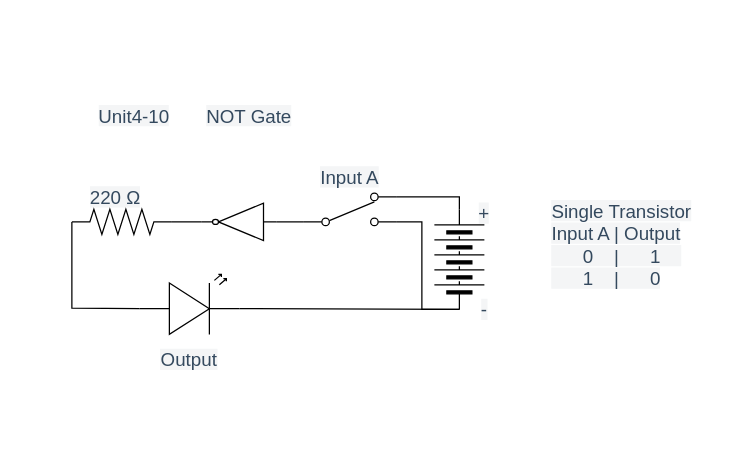
Igor-Zhelezniak-1/TEJ3M1-Unit4 keeps this draw.io diagram as Unit4-11.drawio. Above is the earlier version. Source tidied: cells renumbered, new cells numbered last; positions are measured from the earlier drawing's top-left corner, leaving out a move shared by most shapes. Both pictures are drawn from the tidied source at 125%, with x=0, y=0 at pixel (71, 96).
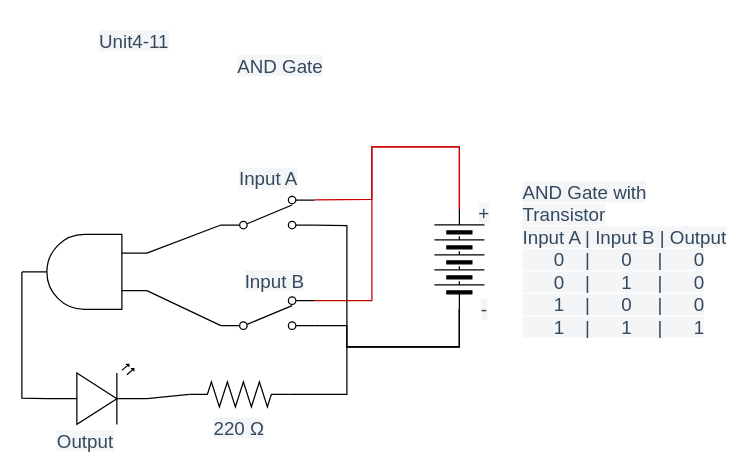
The same diagram, later.

Unchanged cells that the change refers to:
```xml
<mxCell id="9" style="verticalLabelPosition=bottom;shadow=0;dashed=0;align=center;html=1;verticalAlign=top;shape=mxgraph.electrical.miscellaneous.batteryStack;direction=south;rotation=-180;" parent="1" vertex="1">
  <mxGeometry x="290" y="90" width="40" height="80" as="geometry" />
</mxCell>
```

What changed in the source:
```diff
@@
-    <mxCell id="2" style="edgeStyle=none;rounded=0;html=1;entryX=0;entryY=0.5;entryDx=0;entryDy=0;endArrow=none;endFill=0;exitX=1;exitY=0.57;exitDx=0;exitDy=0;exitPerimeter=0;" parent="1" edge="1" source="3" target="9">
-      <mxGeometry relative="1" as="geometry" />
-    </mxCell>
+    <mxCell id="21" style="edgeStyle=none;rounded=0;html=1;entryX=0;entryY=0.5;entryDx=0;entryDy=0;entryPerimeter=0;endArrow=none;endFill=0;strokeColor=#000000;exitX=1;exitY=0.57;exitDx=0;exitDy=0;exitPerimeter=0;" parent="1" edge="1" source="3" target="6">
+      <mxGeometry relative="1" as="geometry" />
+    </mxCell>
     <mxCell id="3" style="verticalLabelPosition=bottom;shadow=0;dashed=0;align=center;html=1;verticalAlign=top;shape=mxgraph.electrical.opto_electronics.led_2;rotation=0;" parent="1" vertex="1">
-      <mxGeometry x="54" y="142" width="80" height="48" as="geometry" />
+      <mxGeometry x="-20" y="214" width="80" height="48" as="geometry" />
     </mxCell>
     <mxCell id="4" value="&lt;span style=&quot;color: rgb(52 , 73 , 94) ; font-family: , sans-serif ; font-size: 15px ; text-align: left ; background-color: rgb(244 , 245 , 246)&quot;&gt;220 Ω&lt;/span&gt;" style="text;html=1;align=center;verticalAlign=middle;whiteSpace=wrap;rounded=0;" parent="1" vertex="1">
-      <mxGeometry x="10" y="70" width="50" height="20" as="geometry" />
+      <mxGeometry x="109" y="255" width="50" height="20" as="geometry" />
     </mxCell>
-    <mxCell id="5" style="edgeStyle=none;rounded=0;html=1;entryX=0;entryY=0.57;entryDx=0;entryDy=0;entryPerimeter=0;endArrow=none;endFill=0;exitX=0;exitY=0.5;exitDx=0;exitDy=0;exitPerimeter=0;" parent="1" edge="1" source="6" target="3">
-      <mxGeometry relative="1" as="geometry">
-        <Array as="points">
-          <mxPoint y="169" />
-        </Array>
-      </mxGeometry>
-    </mxCell>
+    <mxCell id="22" style="edgeStyle=none;rounded=0;html=1;entryX=0;entryY=0.5;entryDx=0;entryDy=0;endArrow=none;endFill=0;strokeColor=#000000;exitX=1;exitY=0.5;exitDx=0;exitDy=0;exitPerimeter=0;" parent="1" edge="1" source="6" target="9">
+      <mxGeometry relative="1" as="geometry">
+        <Array as="points">
+          <mxPoint x="220" y="238" />
+          <mxPoint x="220" y="200" />
+          <mxPoint x="310" y="200" />
+        </Array>
+      </mxGeometry>
+    </mxCell>
     <mxCell id="6" style="verticalLabelPosition=bottom;shadow=0;dashed=0;align=center;html=1;verticalAlign=top;shape=mxgraph.electrical.resistors.resistor_2;" parent="1" vertex="1">
-      <mxGeometry y="90" width="80" height="20" as="geometry" />
+      <mxGeometry x="94" y="228" width="80" height="20" as="geometry" />
     </mxCell>
-    <mxCell id="7" style="edgeStyle=none;html=1;entryX=1;entryY=0.115;entryDx=0;entryDy=0;entryPerimeter=0;rounded=0;endArrow=none;endFill=0;exitX=1;exitY=0.5;exitDx=0;exitDy=0;" parent="1" edge="1" source="9" target="13">
-      <mxGeometry relative="1" as="geometry">
-        <Array as="points">
-          <mxPoint x="310" y="80" />
-        </Array>
-      </mxGeometry>
-    </mxCell>
-    <mxCell id="8" style="edgeStyle=none;rounded=0;html=1;entryX=1;entryY=0.885;entryDx=0;entryDy=0;entryPerimeter=0;endArrow=none;endFill=0;exitX=0;exitY=0.5;exitDx=0;exitDy=0;" parent="1" edge="1" source="9" target="13">
-      <mxGeometry relative="1" as="geometry">
-        <Array as="points">
-          <mxPoint x="280" y="170" />
-          <mxPoint x="280" y="100" />
-        </Array>
-      </mxGeometry>
-    </mxCell>
+    <mxCell id="23" style="edgeStyle=none;html=1;entryX=1;entryY=0.115;entryDx=0;entryDy=0;entryPerimeter=0;rounded=0;endArrow=none;endFill=0;strokeColor=#CC0000;" parent="1" edge="1" source="9" target="13">
+      <mxGeometry relative="1" as="geometry">
+        <Array as="points">
+          <mxPoint x="310" y="40" />
+          <mxPoint x="240" y="40" />
+          <mxPoint x="240" y="82" />
+        </Array>
+      </mxGeometry>
+    </mxCell>
+    <mxCell id="24" style="edgeStyle=none;rounded=0;html=1;entryX=1;entryY=0.115;entryDx=0;entryDy=0;entryPerimeter=0;endArrow=none;endFill=0;exitX=1;exitY=0.5;exitDx=0;exitDy=0;strokeColor=#CC0000;" parent="1" edge="1" source="9" target="28">
+      <mxGeometry relative="1" as="geometry">
+        <Array as="points">
+          <mxPoint x="310" y="40" />
+          <mxPoint x="240" y="40" />
+          <mxPoint x="240" y="163" />
+        </Array>
+      </mxGeometry>
+    </mxCell>
+    <mxCell id="25" style="edgeStyle=none;rounded=0;html=1;entryX=1;entryY=0.885;entryDx=0;entryDy=0;entryPerimeter=0;endArrow=none;endFill=0;strokeColor=#000000;exitX=0;exitY=0.5;exitDx=0;exitDy=0;" parent="1" edge="1" source="9" target="13">
+      <mxGeometry relative="1" as="geometry">
+        <Array as="points">
+          <mxPoint x="310" y="200" />
+          <mxPoint x="220" y="200" />
+          <mxPoint x="220" y="103" />
+        </Array>
+      </mxGeometry>
+    </mxCell>
+    <mxCell id="26" style="edgeStyle=none;rounded=0;html=1;entryX=1;entryY=0.885;entryDx=0;entryDy=0;entryPerimeter=0;endArrow=none;endFill=0;strokeColor=#000000;" parent="1" edge="1" source="9" target="28">
+      <mxGeometry relative="1" as="geometry">
+        <Array as="points">
+          <mxPoint x="310" y="200" />
+          <mxPoint x="220" y="200" />
+          <mxPoint x="220" y="183" />
+        </Array>
+      </mxGeometry>
+    </mxCell>
@@
-    <mxCell id="12" value="&lt;div style=&quot;text-align: left&quot;&gt;&lt;span style=&quot;background-color: rgb(244 , 245 , 246) ; font-size: 15px ; color: rgb(52 , 73 , 94)&quot;&gt;Unit4-10&lt;/span&gt;&lt;/div&gt;" style="text;html=1;strokeColor=none;fillColor=none;align=center;verticalAlign=middle;whiteSpace=wrap;rounded=0;" parent="1" vertex="1">
-      <mxGeometry x="20" width="60" height="30" as="geometry" />
+    <mxCell id="12" value="&lt;div style=&quot;text-align: left&quot;&gt;&lt;span style=&quot;background-color: rgb(244 , 245 , 246) ; font-size: 15px ; color: rgb(52 , 73 , 94)&quot;&gt;Unit4-11&lt;/span&gt;&lt;/div&gt;" style="text;html=1;strokeColor=none;fillColor=none;align=center;verticalAlign=middle;whiteSpace=wrap;rounded=0;" parent="1" vertex="1">
+      <mxGeometry x="20" y="-60" width="60" height="30" as="geometry" />
     </mxCell>
+    <mxCell id="27" style="edgeStyle=none;rounded=0;html=1;entryX=0;entryY=0.75;entryDx=0;entryDy=0;entryPerimeter=0;endArrow=none;endFill=0;strokeColor=#000000;exitX=0;exitY=0.885;exitDx=0;exitDy=0;exitPerimeter=0;" parent="1" edge="1" source="13" target="32">
+      <mxGeometry relative="1" as="geometry" />
+    </mxCell>
     <mxCell id="13" style="verticalLabelPosition=bottom;shadow=0;dashed=0;align=center;html=1;verticalAlign=top;shape=mxgraph.electrical.electro-mechanical.2-way_switch;direction=west;rotation=-180;" parent="1" vertex="1">
-      <mxGeometry x="185" y="77" width="75" height="26" as="geometry" />
+      <mxGeometry x="119.2" y="79.5" width="75" height="26" as="geometry" />
     </mxCell>
-    <mxCell id="14" value="&lt;div style=&quot;text-align: left&quot;&gt;&lt;font color=&quot;#34495e&quot;&gt;&lt;span style=&quot;font-size: 15px ; background-color: rgb(244 , 245 , 246)&quot;&gt;Single Transistor&lt;/span&gt;&lt;/font&gt;&lt;/div&gt;&lt;div style=&quot;text-align: left&quot;&gt;&lt;font color=&quot;#34495e&quot;&gt;&lt;span style=&quot;font-size: 15px ; background-color: rgb(244 , 245 , 246)&quot;&gt;Input A | Output&lt;/span&gt;&lt;/font&gt;&lt;/div&gt;&lt;div style=&quot;text-align: left&quot;&gt;&lt;font color=&quot;#34495e&quot;&gt;&lt;span style=&quot;font-size: 15px ; background-color: rgb(244 , 245 , 246)&quot;&gt;&amp;nbsp; &amp;nbsp; &amp;nbsp; 0&amp;nbsp; &amp;nbsp; |&amp;nbsp; &amp;nbsp; &amp;nbsp; 1&amp;nbsp; &amp;nbsp;&amp;nbsp;&lt;/span&gt;&lt;/font&gt;&lt;/div&gt;&lt;div style=&quot;text-align: left&quot;&gt;&lt;font color=&quot;#34495e&quot;&gt;&lt;span style=&quot;font-size: 15px ; background-color: rgb(244 , 245 , 246)&quot;&gt;&amp;nbsp; &amp;nbsp; &amp;nbsp; 1&amp;nbsp; &amp;nbsp; |&amp;nbsp; &amp;nbsp; &amp;nbsp; 0&lt;/span&gt;&lt;/font&gt;&lt;/div&gt;" style="text;html=1;strokeColor=none;fillColor=none;align=center;verticalAlign=middle;whiteSpace=wrap;rounded=0;" parent="1" vertex="1">
-      <mxGeometry x="360" y="45" width="160" height="145" as="geometry" />
+    <mxCell id="14" value="&lt;div style=&quot;text-align: left&quot;&gt;&lt;font color=&quot;#34495e&quot;&gt;&lt;span style=&quot;font-size: 15px ; background-color: rgb(244 , 245 , 246)&quot;&gt;AND Gate with Transistor&lt;/span&gt;&lt;/font&gt;&lt;/div&gt;&lt;div style=&quot;text-align: left&quot;&gt;&lt;font color=&quot;#34495e&quot;&gt;&lt;span style=&quot;font-size: 15px ; background-color: rgb(244 , 245 , 246)&quot;&gt;Input A | Input B | Output&lt;/span&gt;&lt;/font&gt;&lt;/div&gt;&lt;div style=&quot;text-align: left&quot;&gt;&lt;font color=&quot;#34495e&quot;&gt;&lt;span style=&quot;font-size: 15px ; background-color: rgb(244 , 245 , 246)&quot;&gt;&amp;nbsp; &amp;nbsp; &amp;nbsp; 0&amp;nbsp; &amp;nbsp; |&amp;nbsp; &amp;nbsp; &amp;nbsp; 0&amp;nbsp; &amp;nbsp; &amp;nbsp;|&amp;nbsp; &amp;nbsp; &amp;nbsp; 0&lt;/span&gt;&lt;/font&gt;&lt;/div&gt;&lt;div style=&quot;text-align: left&quot;&gt;&lt;font color=&quot;#34495e&quot;&gt;&lt;span style=&quot;font-size: 15px ; background-color: rgb(244 , 245 , 246)&quot;&gt;&amp;nbsp; &amp;nbsp; &amp;nbsp; 0&amp;nbsp; &amp;nbsp; |&amp;nbsp; &amp;nbsp; &amp;nbsp; 1&amp;nbsp; &amp;nbsp; &amp;nbsp;|&amp;nbsp; &amp;nbsp; &amp;nbsp; 0&lt;/span&gt;&lt;/font&gt;&lt;/div&gt;&lt;div style=&quot;text-align: left&quot;&gt;&lt;font color=&quot;#34495e&quot;&gt;&lt;span style=&quot;font-size: 15px ; background-color: rgb(244 , 245 , 246)&quot;&gt;&amp;nbsp; &amp;nbsp; &amp;nbsp; 1&amp;nbsp; &amp;nbsp; |&amp;nbsp; &amp;nbsp; &amp;nbsp; 0&amp;nbsp; &amp;nbsp; &amp;nbsp;|&amp;nbsp; &amp;nbsp; &amp;nbsp; 0&lt;/span&gt;&lt;/font&gt;&lt;/div&gt;&lt;div style=&quot;text-align: left&quot;&gt;&lt;font color=&quot;#34495e&quot;&gt;&lt;span style=&quot;font-size: 15px ; background-color: rgb(244 , 245 , 246)&quot;&gt;&amp;nbsp; &amp;nbsp; &amp;nbsp; 1&amp;nbsp; &amp;nbsp; |&amp;nbsp; &amp;nbsp; &amp;nbsp; 1&amp;nbsp; &amp;nbsp; &amp;nbsp;|&amp;nbsp; &amp;nbsp; &amp;nbsp; 1&lt;/span&gt;&lt;/font&gt;&lt;/div&gt;" style="text;html=1;strokeColor=none;fillColor=none;align=center;verticalAlign=middle;whiteSpace=wrap;rounded=0;" parent="1" vertex="1">
+      <mxGeometry x="360" y="55" width="170" height="150" as="geometry" />
     </mxCell>
-    <mxCell id="15" style="edgeStyle=none;rounded=0;html=1;exitX=1;exitY=0.5;exitDx=0;exitDy=0;exitPerimeter=0;entryX=1;entryY=0.5;entryDx=0;entryDy=0;entryPerimeter=0;endArrow=none;endFill=0;" parent="1" edge="1" source="17" target="6">
-      <mxGeometry relative="1" as="geometry" />
-    </mxCell>
-    <mxCell id="16" style="edgeStyle=none;rounded=0;html=1;entryX=0;entryY=0.885;entryDx=0;entryDy=0;entryPerimeter=0;endArrow=none;endFill=0;" parent="1" edge="1" source="17" target="13">
-      <mxGeometry relative="1" as="geometry" />
-    </mxCell>
-    <mxCell id="17" style="verticalLabelPosition=bottom;shadow=0;dashed=0;align=center;html=1;verticalAlign=top;shape=mxgraph.electrical.logic_gates.inverter_2;rotation=-180;" parent="1" vertex="1">
-      <mxGeometry x="103.5" y="85" width="60" height="30" as="geometry" />
-    </mxCell>
     <mxCell id="18" value="&lt;div style=&quot;text-align: left&quot;&gt;&lt;font color=&quot;#34495e&quot;&gt;&lt;span style=&quot;font-size: 15px ; background-color: rgb(244 , 245 , 246)&quot;&gt;Input A&lt;/span&gt;&lt;/font&gt;&lt;/div&gt;" style="text;html=1;strokeColor=none;fillColor=none;align=center;verticalAlign=middle;whiteSpace=wrap;rounded=0;" parent="1" vertex="1">
-      <mxGeometry x="194.2" y="51" width="56.5" height="26" as="geometry" />
+      <mxGeometry x="128.5" y="51.5" width="56.5" height="26" as="geometry" />
     </mxCell>
-    <mxCell id="19" value="&lt;div style=&quot;text-align: left&quot;&gt;&lt;font color=&quot;#34495e&quot;&gt;&lt;span style=&quot;font-size: 15px ; background-color: rgb(244 , 245 , 246)&quot;&gt;NOT Gate&lt;/span&gt;&lt;/font&gt;&lt;/div&gt;" style="text;html=1;strokeColor=none;fillColor=none;align=center;verticalAlign=middle;whiteSpace=wrap;rounded=0;" parent="1" vertex="1">
-      <mxGeometry x="104" width="76" height="30" as="geometry" />
+    <mxCell id="19" value="&lt;div style=&quot;text-align: left&quot;&gt;&lt;font color=&quot;#34495e&quot;&gt;&lt;span style=&quot;font-size: 15px ; background-color: rgb(244 , 245 , 246)&quot;&gt;AND Gate&lt;/span&gt;&lt;/font&gt;&lt;/div&gt;" style="text;html=1;strokeColor=none;fillColor=none;align=center;verticalAlign=middle;whiteSpace=wrap;rounded=0;" parent="1" vertex="1">
+      <mxGeometry x="128.5" y="-40" width="76" height="30" as="geometry" />
     </mxCell>
     <mxCell id="20" value="&lt;div style=&quot;text-align: left&quot;&gt;&lt;font color=&quot;#34495e&quot;&gt;&lt;span style=&quot;font-size: 15px ; background-color: rgb(244 , 245 , 246)&quot;&gt;Output&lt;/span&gt;&lt;/font&gt;&lt;/div&gt;" style="text;html=1;strokeColor=none;fillColor=none;align=center;verticalAlign=middle;whiteSpace=wrap;rounded=0;" parent="1" vertex="1">
-      <mxGeometry x="63" y="200" width="62" height="20" as="geometry" />
+      <mxGeometry x="-20" y="265" width="62" height="20" as="geometry" />
     </mxCell>
+    <mxCell id="28" style="verticalLabelPosition=bottom;shadow=0;dashed=0;align=center;html=1;verticalAlign=top;shape=mxgraph.electrical.electro-mechanical.2-way_switch;direction=west;rotation=-180;" parent="1" vertex="1">
+      <mxGeometry x="119.2" y="160" width="75" height="26" as="geometry" />
+    </mxCell>
+    <mxCell id="29" value="&lt;div style=&quot;text-align: left&quot;&gt;&lt;font color=&quot;#34495e&quot;&gt;&lt;span style=&quot;font-size: 15px ; background-color: rgb(244 , 245 , 246)&quot;&gt;Input B&lt;/span&gt;&lt;/font&gt;&lt;/div&gt;" style="text;html=1;strokeColor=none;fillColor=none;align=center;verticalAlign=middle;whiteSpace=wrap;rounded=0;" parent="1" vertex="1">
+      <mxGeometry x="134" y="134" width="56.5" height="26" as="geometry" />
+    </mxCell>
+    <mxCell id="30" style="edgeStyle=none;rounded=0;html=1;entryX=0;entryY=0.885;entryDx=0;entryDy=0;entryPerimeter=0;endArrow=none;endFill=0;strokeColor=#000000;exitX=0;exitY=0.25;exitDx=0;exitDy=0;exitPerimeter=0;" parent="1" edge="1" source="32" target="28">
+      <mxGeometry relative="1" as="geometry" />
+    </mxCell>
+    <mxCell id="31" style="edgeStyle=none;rounded=0;html=1;entryX=0;entryY=0.57;entryDx=0;entryDy=0;entryPerimeter=0;endArrow=none;endFill=0;strokeColor=#000000;exitX=1;exitY=0.5;exitDx=0;exitDy=0;exitPerimeter=0;" parent="1" edge="1" source="32" target="3">
+      <mxGeometry relative="1" as="geometry">
+        <Array as="points">
+          <mxPoint x="-40" y="241" />
+        </Array>
+      </mxGeometry>
+    </mxCell>
+    <mxCell id="32" style="verticalLabelPosition=bottom;shadow=0;dashed=0;align=center;html=1;verticalAlign=top;shape=mxgraph.electrical.logic_gates.logic_gate;operation=and;rotation=-180;" parent="1" vertex="1">
+      <mxGeometry x="-40" y="110" width="100" height="60" as="geometry" />
+    </mxCell>
```
